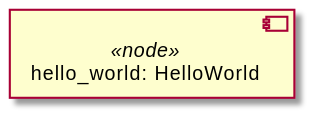
Before: examples/ariatosca/diagrams/uml2/hello-world-uml2-component-diagram1.svg, a diagram exported from PlantUML (Orange-OpenSource/Cloudnet-TOSCA-toolbox). The source it was exported from:
```plantuml
@startuml
skinparam componentStyle uml2

component "hello_world: HelloWorld" <<node>> as node_hello_world

@enduml
```
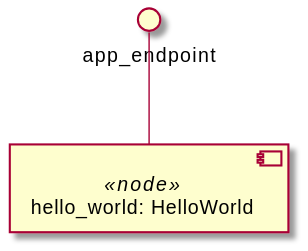
Later version of the same file.

What changed in the source:
```diff
@@ -2,5 +2,7 @@
 skinparam componentStyle uml2
 
 component "hello_world: HelloWorld" <<node>> as node_hello_world
+interface "app_endpoint" as node_hello_world_app_endpoint
+node_hello_world_app_endpoint -- node_hello_world
 
 @enduml
```
